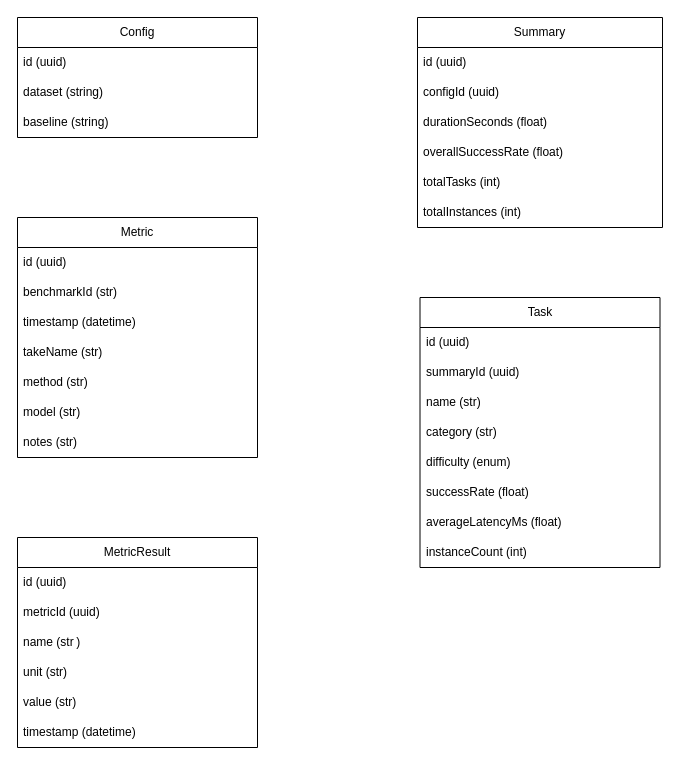
XY-Corp/CompiledAI keeps this draw.io diagram as analytics/bg_tables.drawio. Above is the earlier version. Source tidied: cells renumbered, new cells numbered last; positions are measured from the earlier drawing's top-left corner, leaving out a move shared by most shapes. Both pictures are drawn from the tidied source at 100%, with x=0, y=0 at pixel (17, 17).
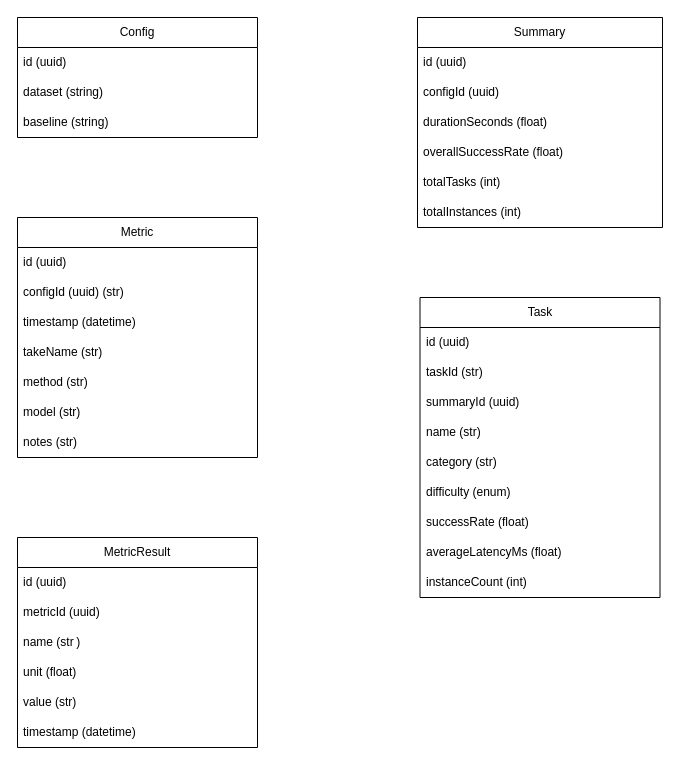
The same diagram, later.

The change refers to these unchanged cells:
```xml
<mxCell id="22" value="Metric" style="swimlane;fontStyle=0;horizontal=1;startSize=30;whiteSpace=wrap;html=1;" parent="1" vertex="1">
  <mxGeometry y="200" width="240" height="240" as="geometry" />
</mxCell>
<mxCell id="30" value="MetricResult" style="swimlane;fontStyle=0;horizontal=1;startSize=30;whiteSpace=wrap;html=1;" parent="1" vertex="1">
  <mxGeometry y="520" width="240" height="210" as="geometry" />
</mxCell>
```

The edit, as a diff of the source:
```diff
@@
     <mxCell id="13" value="Task" style="swimlane;fontStyle=0;horizontal=1;startSize=30;whiteSpace=wrap;html=1;" parent="1" vertex="1">
-      <mxGeometry x="402.5" y="280" width="240" height="270" as="geometry" />
+      <mxGeometry x="402.5" y="280" width="240" height="300" as="geometry" />
     </mxCell>
@@
+    <mxCell id="37" value="taskId (str)" style="text;strokeColor=none;fillColor=none;align=left;verticalAlign=middle;spacingLeft=4;spacingRight=4;overflow=hidden;whiteSpace=wrap;html=1;" parent="13" vertex="1">
+      <mxGeometry y="60" width="240" height="30" as="geometry" />
+    </mxCell>
     <mxCell id="15" value="summaryId (uuid)" style="text;strokeColor=none;fillColor=none;align=left;verticalAlign=middle;spacingLeft=4;spacingRight=4;overflow=hidden;whiteSpace=wrap;html=1;" parent="13" vertex="1">
-      <mxGeometry y="60" width="240" height="30" as="geometry" />
+      <mxGeometry y="90" width="240" height="30" as="geometry" />
     </mxCell>
     <mxCell id="16" value="name (str)" style="text;strokeColor=none;fillColor=none;align=left;verticalAlign=middle;spacingLeft=4;spacingRight=4;overflow=hidden;whiteSpace=wrap;html=1;" parent="13" vertex="1">
-      <mxGeometry y="90" width="240" height="30" as="geometry" />
+      <mxGeometry y="120" width="240" height="30" as="geometry" />
     </mxCell>
     <mxCell id="17" value="category (str)" style="text;strokeColor=none;fillColor=none;align=left;verticalAlign=middle;spacingLeft=4;spacingRight=4;overflow=hidden;whiteSpace=wrap;html=1;" parent="13" vertex="1">
-      <mxGeometry y="120" width="240" height="30" as="geometry" />
+      <mxGeometry y="150" width="240" height="30" as="geometry" />
     </mxCell>
     <mxCell id="18" value="difficulty (enum)" style="text;strokeColor=none;fillColor=none;align=left;verticalAlign=middle;spacingLeft=4;spacingRight=4;overflow=hidden;whiteSpace=wrap;html=1;" parent="13" vertex="1">
-      <mxGeometry y="150" width="240" height="30" as="geometry" />
+      <mxGeometry y="180" width="240" height="30" as="geometry" />
     </mxCell>
     <mxCell id="19" value="successRate (float)" style="text;strokeColor=none;fillColor=none;align=left;verticalAlign=middle;spacingLeft=4;spacingRight=4;overflow=hidden;whiteSpace=wrap;html=1;" parent="13" vertex="1">
-      <mxGeometry y="180" width="240" height="30" as="geometry" />
+      <mxGeometry y="210" width="240" height="30" as="geometry" />
     </mxCell>
     <mxCell id="20" value="averageLatencyMs (float)" style="text;strokeColor=none;fillColor=none;align=left;verticalAlign=middle;spacingLeft=4;spacingRight=4;overflow=hidden;whiteSpace=wrap;html=1;" parent="13" vertex="1">
-      <mxGeometry y="210" width="240" height="30" as="geometry" />
+      <mxGeometry y="240" width="240" height="30" as="geometry" />
     </mxCell>
     <mxCell id="21" value="instanceCount (int)" style="text;strokeColor=none;fillColor=none;align=left;verticalAlign=middle;spacingLeft=4;spacingRight=4;overflow=hidden;whiteSpace=wrap;html=1;" parent="13" vertex="1">
-      <mxGeometry y="240" width="240" height="30" as="geometry" />
+      <mxGeometry y="270" width="240" height="30" as="geometry" />
     </mxCell>
@@
-    <mxCell id="24" value="benchmarkId (str)" style="text;strokeColor=none;fillColor=none;align=left;verticalAlign=middle;spacingLeft=4;spacingRight=4;overflow=hidden;whiteSpace=wrap;html=1;" parent="22" vertex="1">
+    <mxCell id="24" value="configId (uuid)&amp;nbsp;(str)" style="text;strokeColor=none;fillColor=none;align=left;verticalAlign=middle;spacingLeft=4;spacingRight=4;overflow=hidden;whiteSpace=wrap;html=1;" parent="22" vertex="1">
       <mxGeometry y="60" width="240" height="30" as="geometry" />
     </mxCell>
@@
-    <mxCell id="34" value="unit (str)" style="text;strokeColor=none;fillColor=none;align=left;verticalAlign=middle;spacingLeft=4;spacingRight=4;overflow=hidden;whiteSpace=wrap;html=1;" parent="30" vertex="1">
+    <mxCell id="34" value="unit (float)" style="text;strokeColor=none;fillColor=none;align=left;verticalAlign=middle;spacingLeft=4;spacingRight=4;overflow=hidden;whiteSpace=wrap;html=1;" parent="30" vertex="1">
       <mxGeometry y="120" width="240" height="30" as="geometry" />
     </mxCell>
```
